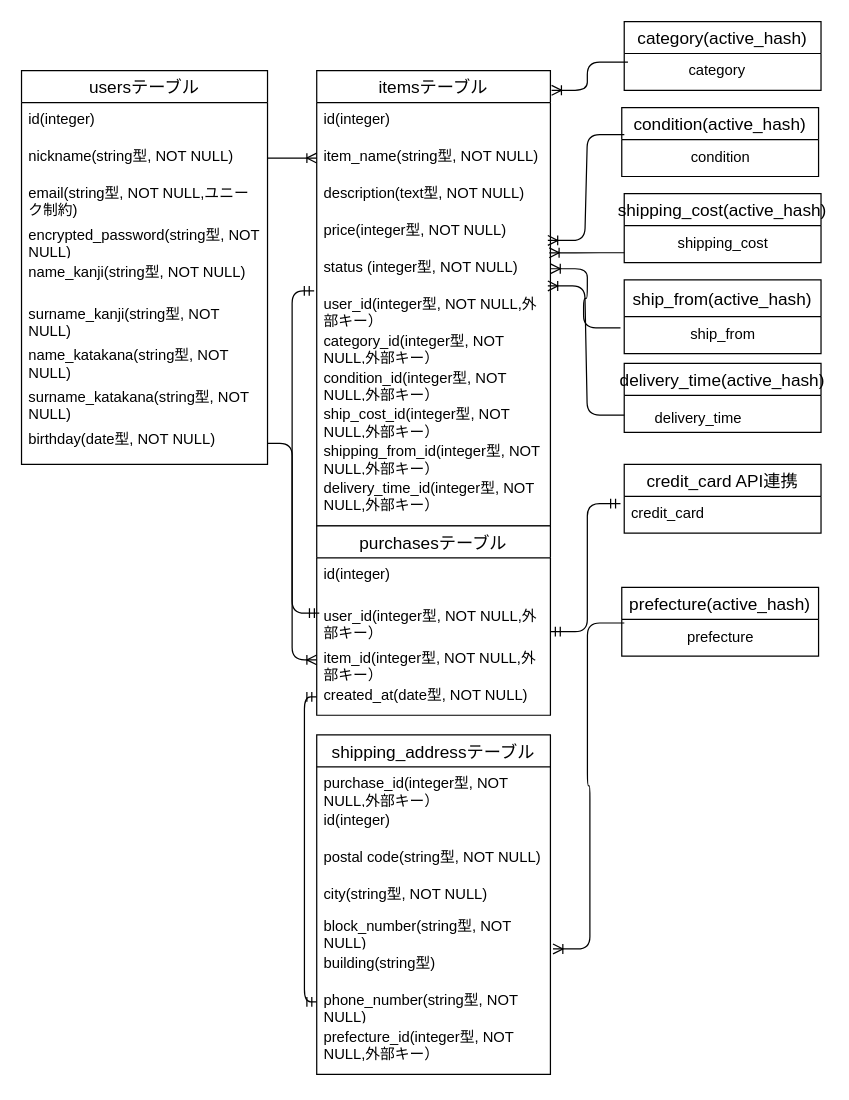
Before: ER.dio in nyastassia/furima-41980, a draw.io diagram. Source tidied: cells renumbered, new cells numbered last; positions are measured from the earlier drawing's top-left corner, leaving out a move shared by most shapes. Both pictures are drawn from the tidied source at 123%, with x=0, y=0 at pixel (21, 21).
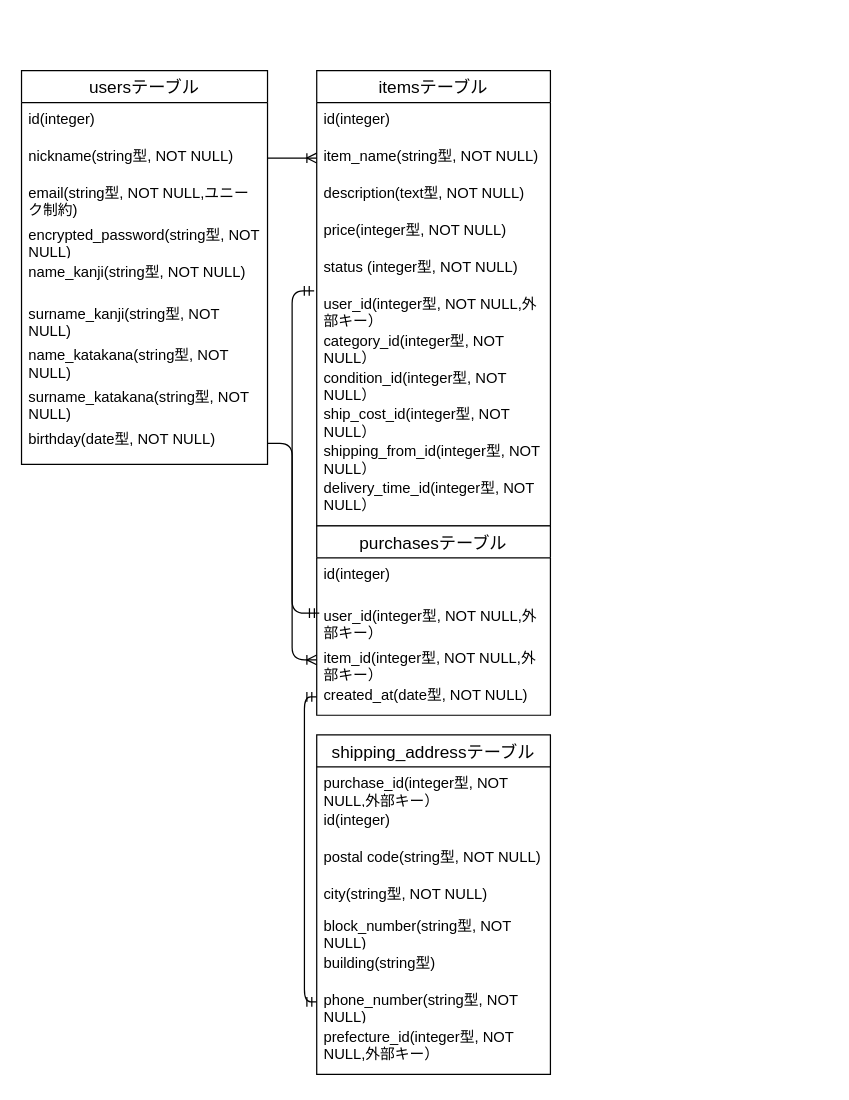
The same diagram, later.

Commit message (it also covers changes not shown here):
ER図及びread.me 修正_01

①ER図の修正

・テーブル以外の情報の削除

②READMEの修正

・Activehashの外部キー制約を除外
・カラム名の修正。
・references型のカラム名からidを削除

The change refers to these unchanged cells:
```xml
<mxCell id="12" value="itemsテーブル" style="swimlane;fontStyle=0;horizontal=1;startSize=26;align=center;fontSize=14;" parent="1" vertex="1">
  <mxGeometry x="240" y="40" width="190" height="370" as="geometry" />
</mxCell>
<mxCell id="16" value="price&lt;span style=&quot;color: rgb(0, 0, 0);&quot;&gt;(integer型, NOT NULL)&lt;/span&gt;" style="text;strokeColor=none;fillColor=none;spacingLeft=4;spacingRight=4;overflow=hidden;points=[[0,0.5],[1,0.5]];portConstraint=eastwest;fontSize=12;whiteSpace=wrap;html=1;" parent="12" vertex="1">
  <mxGeometry y="116" width="190" height="30" as="geometry" />
</mxCell>
<mxCell id="17" value="status&amp;nbsp;&lt;span style=&quot;color: rgb(0, 0, 0);&quot;&gt;(integer型, NOT NULL)&lt;/span&gt;" style="text;strokeColor=none;fillColor=none;spacingLeft=4;spacingRight=4;overflow=hidden;points=[[0,0.5],[1,0.5]];portConstraint=eastwest;fontSize=12;whiteSpace=wrap;html=1;" parent="12" vertex="1">
  <mxGeometry y="146" width="190" height="30" as="geometry" />
</mxCell>
<mxCell id="29" value="block_number&lt;span style=&quot;color: rgb(0, 0, 0);&quot;&gt;(string型, NOT NULL)&lt;/span&gt;" style="text;strokeColor=none;fillColor=none;spacingLeft=4;spacingRight=4;overflow=hidden;points=[[0,0.5],[1,0.5]];portConstraint=eastwest;fontSize=12;whiteSpace=wrap;html=1;" parent="24" vertex="1">
  <mxGeometry y="142" width="190" height="30" as="geometry" />
</mxCell>
<mxCell id="55" value="user_id&lt;span style=&quot;color: rgb(0, 0, 0);&quot;&gt;(&lt;span style=&quot;color: rgb(0, 0, 0);&quot;&gt;integer&lt;/span&gt;型, NOT NULL,外部キー）&lt;/span&gt;" style="text;strokeColor=none;fillColor=none;spacingLeft=4;spacingRight=4;overflow=hidden;points=[[0,0.5],[1,0.5]];portConstraint=eastwest;fontSize=12;whiteSpace=wrap;html=1;" parent="53" vertex="1">
  <mxGeometry y="60" width="190" height="34" as="geometry" />
</mxCell>
```

Change to the diagram source:
```diff
@@
-    <mxCell id="19" value="category&lt;span style=&quot;color: rgb(0, 0, 0);&quot;&gt;_id&lt;/span&gt;&lt;span style=&quot;color: rgb(0, 0, 0);&quot;&gt;(integer型, NOT NULL,外部キー）&lt;/span&gt;" style="text;strokeColor=none;fillColor=none;spacingLeft=4;spacingRight=4;overflow=hidden;fontSize=12;whiteSpace=wrap;html=1;" parent="12" vertex="1">
+    <mxCell id="19" value="category&lt;span style=&quot;color: rgb(0, 0, 0);&quot;&gt;_id&lt;/span&gt;&lt;span style=&quot;color: rgb(0, 0, 0);&quot;&gt;(&lt;/span&gt;&lt;span style=&quot;color: rgb(0, 0, 0);&quot;&gt;integer&lt;/span&gt;&lt;span style=&quot;color: rgb(0, 0, 0);&quot;&gt;型, NOT NULL）&lt;/span&gt;" style="text;strokeColor=none;fillColor=none;spacingLeft=4;spacingRight=4;overflow=hidden;fontSize=12;whiteSpace=wrap;html=1;" parent="12" vertex="1">
       <mxGeometry y="206" width="190" height="30" as="geometry" />
     </mxCell>
-    <mxCell id="20" value="&lt;span style=&quot;color: rgb(0, 0, 0);&quot;&gt;condition_id&lt;/span&gt;&lt;span style=&quot;color: rgb(0, 0, 0);&quot;&gt;(integer型, NOT NULL,外部キー）&lt;/span&gt;" style="text;strokeColor=none;fillColor=none;spacingLeft=4;spacingRight=4;overflow=hidden;fontSize=12;whiteSpace=wrap;html=1;" parent="12" vertex="1">
+    <mxCell id="20" value="&lt;span style=&quot;color: rgb(0, 0, 0);&quot;&gt;condition_id&lt;/span&gt;&lt;span style=&quot;color: rgb(0, 0, 0);&quot;&gt;(&lt;/span&gt;&lt;span style=&quot;color: rgb(0, 0, 0);&quot;&gt;integer&lt;/span&gt;&lt;span style=&quot;color: rgb(0, 0, 0);&quot;&gt;型, NOT NULL）&lt;/span&gt;" style="text;strokeColor=none;fillColor=none;spacingLeft=4;spacingRight=4;overflow=hidden;fontSize=12;whiteSpace=wrap;html=1;" parent="12" vertex="1">
       <mxGeometry y="236" width="190" height="30" as="geometry" />
     </mxCell>
-    <mxCell id="21" value="ship_cost&lt;span style=&quot;color: rgb(0, 0, 0);&quot;&gt;_id&lt;/span&gt;&lt;span style=&quot;color: rgb(0, 0, 0);&quot;&gt;(&lt;span style=&quot;color: rgb(0, 0, 0);&quot;&gt;integer&lt;/span&gt;型, NOT NULL,外部キー）&lt;/span&gt;" style="text;strokeColor=none;fillColor=none;spacingLeft=4;spacingRight=4;overflow=hidden;fontSize=12;whiteSpace=wrap;html=1;" parent="12" vertex="1">
+    <mxCell id="21" value="ship_cost&lt;span style=&quot;color: rgb(0, 0, 0);&quot;&gt;_id&lt;/span&gt;&lt;span style=&quot;color: rgb(0, 0, 0);&quot;&gt;(&lt;/span&gt;&lt;span style=&quot;color: rgb(0, 0, 0);&quot;&gt;integer&lt;/span&gt;&lt;span style=&quot;color: rgb(0, 0, 0);&quot;&gt;型, NOT NULL）&lt;/span&gt;" style="text;strokeColor=none;fillColor=none;spacingLeft=4;spacingRight=4;overflow=hidden;fontSize=12;whiteSpace=wrap;html=1;" parent="12" vertex="1">
       <mxGeometry y="266" width="190" height="30" as="geometry" />
     </mxCell>
-    <mxCell id="22" value="&lt;span style=&quot;color: rgb(0, 0, 0);&quot;&gt;shipping_from_id&lt;/span&gt;&lt;span style=&quot;color: rgb(0, 0, 0);&quot;&gt;(&lt;span style=&quot;color: rgb(0, 0, 0);&quot;&gt;integer&lt;/span&gt;型, NOT NULL,外部キー）&lt;/span&gt;" style="text;strokeColor=none;fillColor=none;spacingLeft=4;spacingRight=4;overflow=hidden;fontSize=12;whiteSpace=wrap;html=1;" parent="12" vertex="1">
+    <mxCell id="22" value="&lt;span style=&quot;color: rgb(0, 0, 0);&quot;&gt;shipping_from_id&lt;/span&gt;&lt;span style=&quot;color: rgb(0, 0, 0);&quot;&gt;(&lt;span style=&quot;color: rgb(0, 0, 0);&quot;&gt;integer&lt;/span&gt;型, NOT NULL）&lt;/span&gt;" style="text;strokeColor=none;fillColor=none;spacingLeft=4;spacingRight=4;overflow=hidden;fontSize=12;whiteSpace=wrap;html=1;" parent="12" vertex="1">
       <mxGeometry y="296" width="190" height="30" as="geometry" />
     </mxCell>
-    <mxCell id="23" value="delivery_time&lt;span style=&quot;color: rgb(0, 0, 0);&quot;&gt;_id&lt;/span&gt;&lt;span style=&quot;color: rgb(0, 0, 0);&quot;&gt;(&lt;span style=&quot;color: rgb(0, 0, 0);&quot;&gt;integer&lt;/span&gt;型, NOT NULL,外部キー）&lt;/span&gt;" style="text;strokeColor=none;fillColor=none;spacingLeft=4;spacingRight=4;overflow=hidden;fontSize=12;whiteSpace=wrap;html=1;" parent="12" vertex="1">
+    <mxCell id="23" value="delivery_time&lt;span style=&quot;color: rgb(0, 0, 0);&quot;&gt;_id&lt;/span&gt;&lt;span style=&quot;color: rgb(0, 0, 0);&quot;&gt;(&lt;span style=&quot;color: rgb(0, 0, 0);&quot;&gt;integer&lt;/span&gt;型, NOT NULL）&lt;/span&gt;" style="text;strokeColor=none;fillColor=none;spacingLeft=4;spacingRight=4;overflow=hidden;fontSize=12;whiteSpace=wrap;html=1;" parent="12" vertex="1">
       <mxGeometry y="326" width="190" height="44" as="geometry" />
     </mxCell>
@@
-    <mxCell id="35" value="category(active_hash)" style="swimlane;fontStyle=0;horizontal=1;startSize=26;align=center;fontSize=14;" parent="1" vertex="1">
-      <mxGeometry x="490" width="160" height="56" as="geometry" />
-    </mxCell>
-    <mxCell id="36" value="&amp;nbsp; &amp;nbsp; &amp;nbsp; &amp;nbsp; &amp;nbsp; &amp;nbsp; &amp;nbsp; category" style="text;strokeColor=none;fillColor=none;spacingLeft=4;spacingRight=4;overflow=hidden;points=[[0,0.5],[1,0.5]];portConstraint=eastwest;fontSize=12;whiteSpace=wrap;html=1;" parent="35" vertex="1">
-      <mxGeometry y="26" width="160" height="30" as="geometry" />
-    </mxCell>
-    <mxCell id="37" value="condition(active_hash)" style="swimlane;fontStyle=0;horizontal=1;startSize=26;align=center;fontSize=14;" parent="1" vertex="1">
-      <mxGeometry x="488" y="70" width="160" height="56" as="geometry" />
-    </mxCell>
-    <mxCell id="38" value="condition" style="text;html=1;align=center;verticalAlign=middle;points=[];strokeColor=none;fillColor=none;" parent="37" vertex="1">
-      <mxGeometry y="26" width="160" height="30" as="geometry" />
-    </mxCell>
-    <mxCell id="39" value="shipping_cost(active_hash)" style="swimlane;fontStyle=0;horizontal=1;startSize=26;align=center;fontSize=14;" parent="1" vertex="1">
-      <mxGeometry x="490" y="140" width="160" height="56" as="geometry" />
-    </mxCell>
-    <mxCell id="40" value="shipping_cost" style="text;html=1;align=center;verticalAlign=middle;points=[];strokeColor=none;fillColor=none;" parent="39" vertex="1">
-      <mxGeometry y="26" width="160" height="30" as="geometry" />
-    </mxCell>
-    <mxCell id="41" value="ship_from(active_hash)" style="swimlane;fontStyle=0;horizontal=1;startSize=30;align=center;fontSize=14;" parent="1" vertex="1">
-      <mxGeometry x="490" y="210" width="160" height="60" as="geometry" />
-    </mxCell>
-    <mxCell id="42" value="ship_from" style="text;html=1;align=center;verticalAlign=middle;points=[];strokeColor=none;fillColor=none;" parent="41" vertex="1">
-      <mxGeometry y="30" width="160" height="30" as="geometry" />
-    </mxCell>
-    <mxCell id="43" value="delivery_time(active_hash)" style="swimlane;fontStyle=0;horizontal=1;startSize=26;align=center;fontSize=14;" parent="1" vertex="1">
-      <mxGeometry x="490" y="278" width="160" height="56" as="geometry" />
-    </mxCell>
-    <mxCell id="44" value="prefecture(active_hash)" style="swimlane;fontStyle=0;horizontal=1;startSize=26;align=center;fontSize=14;" parent="1" vertex="1">
-      <mxGeometry x="488" y="460" width="160" height="56" as="geometry" />
-    </mxCell>
-    <mxCell id="45" value="prefecture" style="text;html=1;align=center;verticalAlign=middle;points=[];strokeColor=none;fillColor=none;" parent="44" vertex="1">
-      <mxGeometry y="26" width="160" height="30" as="geometry" />
-    </mxCell>
-    <mxCell id="46" value="delivery_time" style="text;html=1;align=center;verticalAlign=middle;strokeColor=none;fillColor=none;" parent="1" vertex="1">
-      <mxGeometry x="505" y="308" width="90" height="30" as="geometry" />
-    </mxCell>
-    <mxCell id="47" style="edgeStyle=orthogonalEdgeStyle;fontSize=12;html=1;endArrow=ERoneToMany;exitX=0.019;exitY=0.233;exitDx=0;exitDy=0;exitPerimeter=0;entryX=1.005;entryY=0.043;entryDx=0;entryDy=0;entryPerimeter=0;" parent="1" edge="1" source="36" target="12">
-      <mxGeometry relative="1" as="geometry" />
-    </mxCell>
-    <mxCell id="48" style="edgeStyle=entityRelationEdgeStyle;fontSize=12;html=1;endArrow=ERoneToMany;exitX=0.013;exitY=-0.133;exitDx=0;exitDy=0;exitPerimeter=0;entryX=0.989;entryY=0.733;entryDx=0;entryDy=0;entryPerimeter=0;" parent="1" edge="1" source="38" target="16">
-      <mxGeometry relative="1" as="geometry" />
-    </mxCell>
-    <mxCell id="49" style="edgeStyle=entityRelationEdgeStyle;fontSize=12;html=1;endArrow=ERoneToMany;entryX=0.995;entryY=1.067;entryDx=0;entryDy=0;entryPerimeter=0;exitX=0;exitY=0.733;exitDx=0;exitDy=0;exitPerimeter=0;" parent="1" edge="1" source="40" target="16">
-      <mxGeometry relative="1" as="geometry">
-        <Array as="points">
-          <mxPoint x="470" y="220" />
-        </Array>
-      </mxGeometry>
-    </mxCell>
-    <mxCell id="50" style="edgeStyle=entityRelationEdgeStyle;fontSize=12;html=1;endArrow=ERoneToMany;exitX=-0.019;exitY=0.3;exitDx=0;exitDy=0;exitPerimeter=0;entryX=1;entryY=0.5;entryDx=0;entryDy=0;" parent="1" edge="1" source="42" target="17">
-      <mxGeometry relative="1" as="geometry" />
-    </mxCell>
-    <mxCell id="51" style="edgeStyle=entityRelationEdgeStyle;fontSize=12;html=1;endArrow=ERoneToMany;exitX=0;exitY=0.75;exitDx=0;exitDy=0;entryX=0.989;entryY=0.967;entryDx=0;entryDy=0;entryPerimeter=0;" parent="1" edge="1" source="43" target="17">
-      <mxGeometry relative="1" as="geometry">
-        <Array as="points">
-          <mxPoint x="430" y="90" />
-        </Array>
-      </mxGeometry>
-    </mxCell>
-    <mxCell id="52" style="edgeStyle=entityRelationEdgeStyle;fontSize=12;html=1;endArrow=ERoneToMany;exitX=0.013;exitY=0.1;exitDx=0;exitDy=0;exitPerimeter=0;entryX=1.011;entryY=1.067;entryDx=0;entryDy=0;entryPerimeter=0;" parent="1" edge="1" source="45" target="29">
-      <mxGeometry relative="1" as="geometry" />
-    </mxCell>
@@
-    <mxCell id="59" value="credit_card API連携" style="swimlane;fontStyle=0;horizontal=1;startSize=26;align=center;fontSize=14;" parent="1" vertex="1">
-      <mxGeometry x="490" y="360" width="160" height="56" as="geometry" />
-    </mxCell>
-    <mxCell id="60" value="credit_card" style="text;strokeColor=none;fillColor=none;spacingLeft=4;spacingRight=4;overflow=hidden;points=[[0,0.5],[1,0.5]];portConstraint=eastwest;fontSize=12;whiteSpace=wrap;html=1;" parent="59" vertex="1">
-      <mxGeometry y="26" width="160" height="30" as="geometry" />
-    </mxCell>
-    <mxCell id="61" style="edgeStyle=orthogonalEdgeStyle;fontSize=12;html=1;endArrow=ERmandOne;startArrow=ERmandOne;entryX=-0.019;entryY=0.2;entryDx=0;entryDy=0;entryPerimeter=0;exitX=1;exitY=0.767;exitDx=0;exitDy=0;exitPerimeter=0;" parent="1" edge="1" source="55" target="60">
-      <mxGeometry relative="1" as="geometry" />
-    </mxCell>
```
